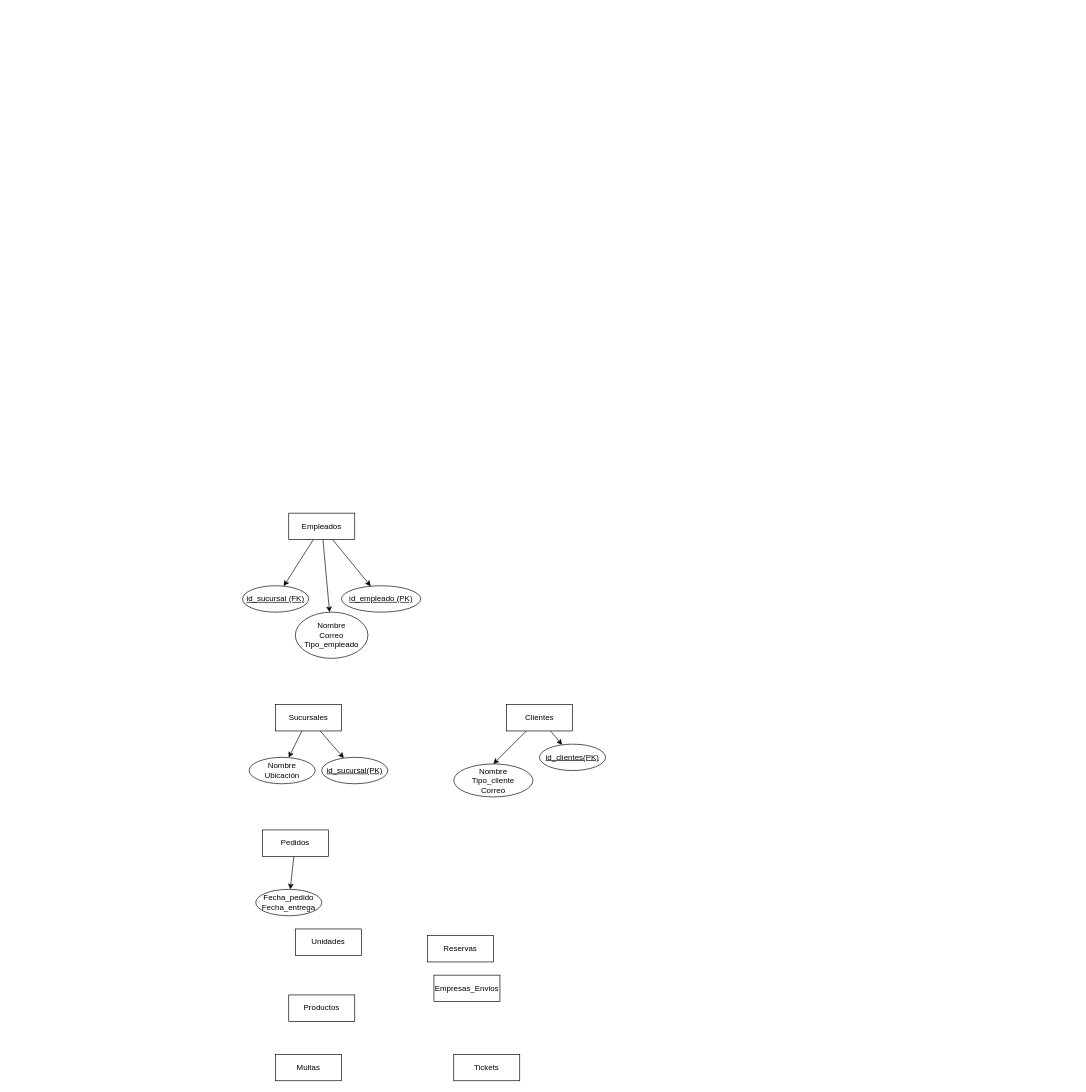
Earlier version of the draw.io diagram Diagrama sin título.drawio (ValentinaLoFu/Projects-thePower). Source tidied: cells renumbered, new cells numbered last; positions are measured from the earlier drawing's top-left corner, leaving out a move shared by most shapes. Both pictures are drawn from the tidied source at 66%, with x=0, y=0 at pixel (242, 513).
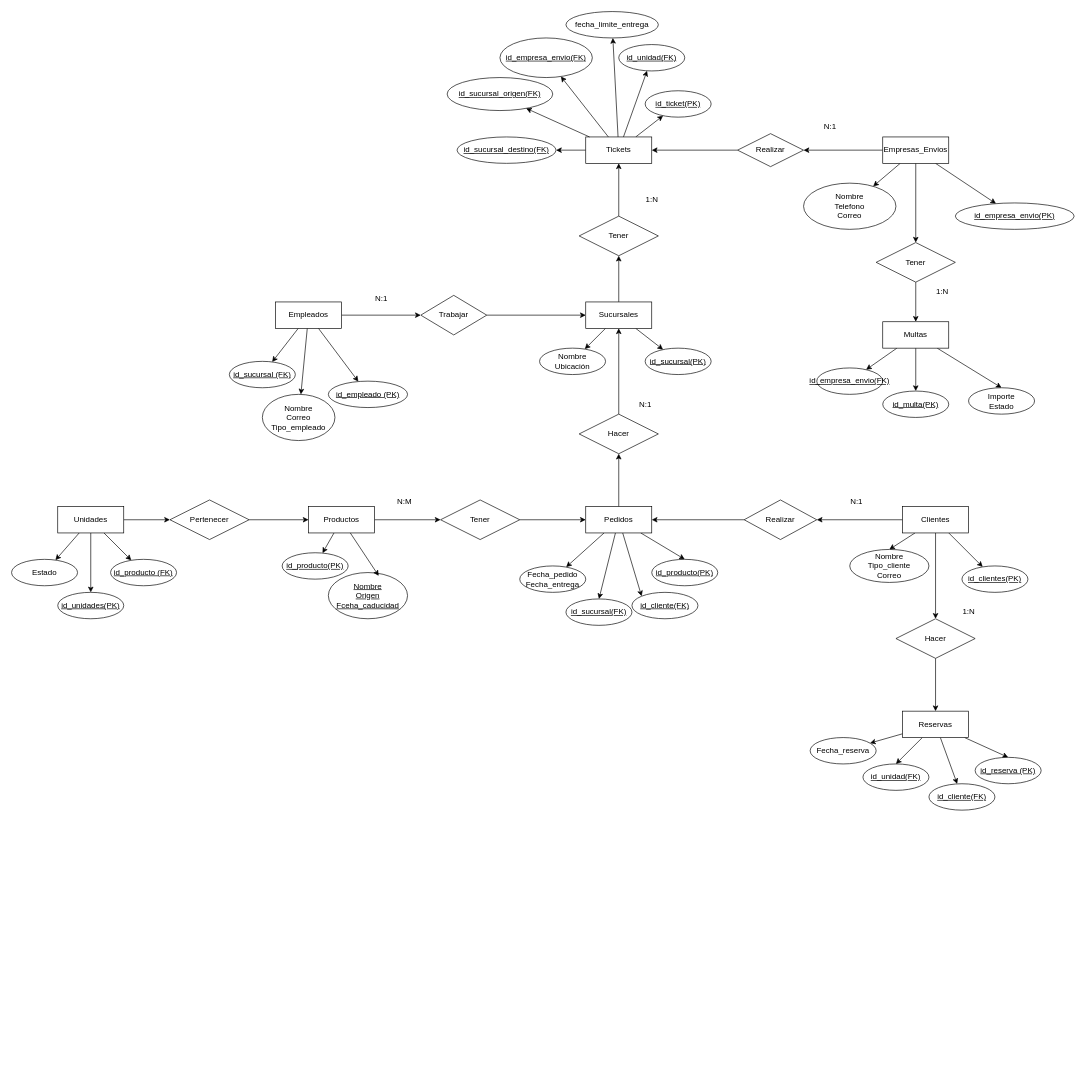
The same page after the edit.

Change to the diagram source:
```diff
@@
+    <mxCell id="28" style="edgeStyle=orthogonalEdgeStyle;rounded=0;jettySize=auto;html=1;entryX=0;entryY=0.5;entryDx=0;entryDy=0;" parent="1" edge="1" source="5" target="62">
+      <mxGeometry relative="1" as="geometry" />
+    </mxCell>
     <mxCell id="5" value="Empleados" style="whiteSpace=wrap;html=1;align=center;" parent="1" vertex="1">
-      <mxGeometry x="70" width="100" height="40" as="geometry" />
+      <mxGeometry x="50" y="-320" width="100" height="40" as="geometry" />
     </mxCell>
@@
+    <mxCell id="29" style="edgeStyle=orthogonalEdgeStyle;rounded=0;jettySize=auto;html=1;" parent="1" edge="1" source="8" target="96">
+      <mxGeometry relative="1" as="geometry" />
+    </mxCell>
     <mxCell id="8" value="Sucursales" style="whiteSpace=wrap;html=1;align=center;" parent="1" vertex="1">
-      <mxGeometry x="50" y="290" width="100" height="40" as="geometry" />
+      <mxGeometry x="520" y="-320" width="100" height="40" as="geometry" />
     </mxCell>
+    <mxCell id="30" style="rounded=0;jettySize=auto;html=1;" parent="1" edge="1" source="9" target="58">
+      <mxGeometry relative="1" as="geometry" />
+    </mxCell>
+    <mxCell id="31" style="rounded=0;jettySize=auto;html=1;" parent="1" edge="1" source="9" target="59">
+      <mxGeometry relative="1" as="geometry" />
+    </mxCell>
+    <mxCell id="32" style="rounded=0;jettySize=auto;html=1;" parent="1" edge="1" source="9" target="60">
+      <mxGeometry relative="1" as="geometry" />
+    </mxCell>
+    <mxCell id="33" style="edgeStyle=orthogonalEdgeStyle;rounded=0;jettySize=auto;html=1;" parent="1" edge="1" source="9" target="77">
+      <mxGeometry relative="1" as="geometry" />
+    </mxCell>
     <mxCell id="9" value="Unidades" style="whiteSpace=wrap;html=1;align=center;" parent="1" vertex="1">
-      <mxGeometry x="80" y="630" width="100" height="40" as="geometry" />
+      <mxGeometry x="-280" y="-10" width="100" height="40" as="geometry" />
     </mxCell>
+    <mxCell id="34" style="rounded=0;jettySize=auto;html=1;" parent="1" edge="1" source="10" target="70">
+      <mxGeometry relative="1" as="geometry" />
+    </mxCell>
+    <mxCell id="35" style="edgeStyle=orthogonalEdgeStyle;rounded=0;jettySize=auto;html=1;" parent="1" edge="1" source="10" target="74">
+      <mxGeometry relative="1" as="geometry" />
+    </mxCell>
     <mxCell id="10" value="Productos" style="whiteSpace=wrap;html=1;align=center;" parent="1" vertex="1">
-      <mxGeometry x="70" y="730" width="100" height="40" as="geometry" />
+      <mxGeometry x="100" y="-10" width="100" height="40" as="geometry" />
     </mxCell>
@@
+    <mxCell id="36" style="rounded=0;jettySize=auto;html=1;entryX=0.5;entryY=0;entryDx=0;entryDy=0;" parent="1" edge="1" source="12" target="64">
+      <mxGeometry relative="1" as="geometry" />
+    </mxCell>
+    <mxCell id="37" style="rounded=0;jettySize=auto;html=1;entryX=0;entryY=0;entryDx=0;entryDy=0;" parent="1" edge="1" source="12" target="65">
+      <mxGeometry relative="1" as="geometry" />
+    </mxCell>
+    <mxCell id="38" style="rounded=0;jettySize=auto;html=1;entryX=0.5;entryY=0;entryDx=0;entryDy=0;" parent="1" edge="1" source="12" target="66">
+      <mxGeometry relative="1" as="geometry" />
+    </mxCell>
+    <mxCell id="39" style="edgeStyle=orthogonalEdgeStyle;rounded=0;jettySize=auto;html=1;" parent="1" edge="1" source="12" target="68">
+      <mxGeometry relative="1" as="geometry" />
+    </mxCell>
     <mxCell id="12" value="Pedidos" style="whiteSpace=wrap;html=1;align=center;" parent="1" vertex="1">
-      <mxGeometry x="30" y="480" width="100" height="40" as="geometry" />
+      <mxGeometry x="520" y="-10" width="100" height="40" as="geometry" />
     </mxCell>
+    <mxCell id="40" style="rounded=0;jettySize=auto;html=1;entryX=0.5;entryY=0;entryDx=0;entryDy=0;" parent="1" edge="1" source="13" target="83">
+      <mxGeometry relative="1" as="geometry" />
+    </mxCell>
+    <mxCell id="41" style="rounded=0;jettySize=auto;html=1;" parent="1" edge="1" source="13" target="82">
+      <mxGeometry relative="1" as="geometry" />
+    </mxCell>
+    <mxCell id="42" style="rounded=0;jettySize=auto;html=1;entryX=0.5;entryY=0;entryDx=0;entryDy=0;" parent="1" edge="1" source="13" target="81">
+      <mxGeometry relative="1" as="geometry" />
+    </mxCell>
+    <mxCell id="43" style="rounded=0;jettySize=auto;html=1;" parent="1" edge="1" source="13" target="84">
+      <mxGeometry relative="1" as="geometry" />
+    </mxCell>
     <mxCell id="13" value="Reservas" style="whiteSpace=wrap;html=1;align=center;" parent="1" vertex="1">
-      <mxGeometry x="280" y="640" width="100" height="40" as="geometry" />
+      <mxGeometry x="1000" y="300" width="100" height="40" as="geometry" />
     </mxCell>
@@
+    <mxCell id="44" style="rounded=0;jettySize=auto;html=1;" parent="1" edge="1" source="16" target="79">
+      <mxGeometry relative="1" as="geometry" />
+    </mxCell>
+    <mxCell id="45" style="rounded=0;jettySize=auto;html=1;" parent="1" edge="1" source="16" target="86">
+      <mxGeometry relative="1" as="geometry" />
+    </mxCell>
     <mxCell id="16" value="Clientes" style="whiteSpace=wrap;html=1;align=center;" parent="1" vertex="1">
-      <mxGeometry x="400" y="290" width="100" height="40" as="geometry" />
+      <mxGeometry x="1000" y="-10" width="100" height="40" as="geometry" />
     </mxCell>
+    <mxCell id="46" style="rounded=0;jettySize=auto;html=1;" parent="1" edge="1" source="17" target="104">
+      <mxGeometry relative="1" as="geometry" />
+    </mxCell>
+    <mxCell id="47" style="rounded=0;jettySize=auto;html=1;entryX=0.5;entryY=0;entryDx=0;entryDy=0;" parent="1" edge="1" source="17" target="103">
+      <mxGeometry relative="1" as="geometry" />
+    </mxCell>
+    <mxCell id="48" style="rounded=0;jettySize=auto;html=1;entryX=0.5;entryY=0;entryDx=0;entryDy=0;" parent="1" edge="1" source="17" target="105">
+      <mxGeometry relative="1" as="geometry" />
+    </mxCell>
     <mxCell id="17" value="Multas" style="whiteSpace=wrap;html=1;align=center;" parent="1" vertex="1">
-      <mxGeometry x="50" y="820" width="100" height="40" as="geometry" />
+      <mxGeometry x="970" y="-290" width="100" height="40" as="geometry" />
     </mxCell>
+    <mxCell id="49" style="rounded=0;jettySize=auto;html=1;entryX=1;entryY=0.5;entryDx=0;entryDy=0;" parent="1" edge="1" source="18" target="99">
+      <mxGeometry relative="1" as="geometry" />
+    </mxCell>
+    <mxCell id="50" style="rounded=0;jettySize=auto;html=1;" parent="1" edge="1" source="18" target="101">
+      <mxGeometry relative="1" as="geometry" />
+    </mxCell>
+    <mxCell id="51" style="rounded=0;jettySize=auto;html=1;" parent="1" edge="1" source="18" target="102">
+      <mxGeometry relative="1" as="geometry" />
+    </mxCell>
+    <mxCell id="52" style="edgeStyle=orthogonalEdgeStyle;rounded=0;jettySize=auto;html=1;" parent="1" edge="1" source="18" target="107">
+      <mxGeometry relative="1" as="geometry" />
+    </mxCell>
     <mxCell id="18" value="Empresas_Envios" style="whiteSpace=wrap;html=1;align=center;" parent="1" vertex="1">
-      <mxGeometry x="290" y="700" width="100" height="40" as="geometry" />
+      <mxGeometry x="970" y="-570" width="100" height="40" as="geometry" />
     </mxCell>
+    <mxCell id="53" style="rounded=0;jettySize=auto;html=1;" parent="1" edge="1" source="19" target="91">
+      <mxGeometry relative="1" as="geometry" />
+    </mxCell>
+    <mxCell id="54" style="rounded=0;jettySize=auto;html=1;" parent="1" edge="1" source="19" target="88">
+      <mxGeometry relative="1" as="geometry" />
+    </mxCell>
+    <mxCell id="55" style="rounded=0;jettySize=auto;html=1;" parent="1" edge="1" source="19" target="89">
+      <mxGeometry relative="1" as="geometry" />
+    </mxCell>
+    <mxCell id="56" style="rounded=0;jettySize=auto;html=1;" parent="1" edge="1" source="19" target="93">
+      <mxGeometry relative="1" as="geometry" />
+    </mxCell>
+    <mxCell id="57" style="rounded=0;jettySize=auto;html=1;" parent="1" edge="1" source="19" target="92">
+      <mxGeometry relative="1" as="geometry" />
+    </mxCell>
     <mxCell id="19" value="Tickets" style="whiteSpace=wrap;html=1;align=center;" parent="1" vertex="1">
-      <mxGeometry x="320" y="820" width="100" height="40" as="geometry" />
+      <mxGeometry x="520" y="-570" width="100" height="40" as="geometry" />
     </mxCell>
     <mxCell id="20" value="Nombre&lt;div&gt;Correo&lt;/div&gt;&lt;div&gt;Tipo_empleado&lt;/div&gt;" style="ellipse;whiteSpace=wrap;html=1;align=center;" parent="1" vertex="1">
-      <mxGeometry x="80" y="150" width="110" height="70" as="geometry" />
+      <mxGeometry x="30" y="-180" width="110" height="70" as="geometry" />
     </mxCell>
     <mxCell id="21" value="id_empleado (PK)" style="ellipse;whiteSpace=wrap;html=1;align=center;fontStyle=4;" parent="1" vertex="1">
-      <mxGeometry x="150" y="110" width="120" height="40" as="geometry" />
+      <mxGeometry x="130" y="-200" width="120" height="40" as="geometry" />
     </mxCell>
     <mxCell id="22" value="id_sucursal (FK)" style="ellipse;whiteSpace=wrap;html=1;align=center;fontStyle=4;" parent="1" vertex="1">
-      <mxGeometry y="110" width="100" height="40" as="geometry" />
+      <mxGeometry x="-20" y="-230" width="100" height="40" as="geometry" />
     </mxCell>
     <mxCell id="23" value="Nombre&lt;div&gt;Ubicación&lt;/div&gt;" style="ellipse;whiteSpace=wrap;html=1;align=center;" parent="1" vertex="1">
-      <mxGeometry x="10" y="370" width="100" height="40" as="geometry" />
+      <mxGeometry x="450" y="-250" width="100" height="40" as="geometry" />
     </mxCell>
     <mxCell id="24" value="id_sucursal(PK)" style="ellipse;whiteSpace=wrap;html=1;align=center;fontStyle=4;" parent="1" vertex="1">
-      <mxGeometry x="120" y="370" width="100" height="40" as="geometry" />
+      <mxGeometry x="610" y="-250" width="100" height="40" as="geometry" />
     </mxCell>
     <mxCell id="25" value="Nombre&lt;div&gt;Tipo_cliente&lt;/div&gt;&lt;div&gt;Correo&lt;/div&gt;" style="ellipse;whiteSpace=wrap;html=1;align=center;" parent="1" vertex="1">
-      <mxGeometry x="320" y="380" width="120" height="50" as="geometry" />
+      <mxGeometry x="920" y="55" width="120" height="50" as="geometry" />
     </mxCell>
     <mxCell id="26" value="id_clientes(PK)" style="ellipse;whiteSpace=wrap;html=1;align=center;fontStyle=4;" parent="1" vertex="1">
-      <mxGeometry x="450" y="350" width="100" height="40" as="geometry" />
+      <mxGeometry x="1090" y="80" width="100" height="40" as="geometry" />
     </mxCell>
     <mxCell id="27" value="Fecha_pedido&lt;div&gt;Fecha_entrega&lt;/div&gt;" style="ellipse;whiteSpace=wrap;html=1;align=center;" parent="1" vertex="1">
-      <mxGeometry x="20" y="570" width="100" height="40" as="geometry" />
+      <mxGeometry x="420" y="80" width="100" height="40" as="geometry" />
     </mxCell>
+    <mxCell id="58" value="Estado" style="ellipse;whiteSpace=wrap;html=1;align=center;" parent="1" vertex="1">
+      <mxGeometry x="-350" y="70" width="100" height="40" as="geometry" />
+    </mxCell>
+    <mxCell id="59" value="id_unidades(PK)" style="ellipse;whiteSpace=wrap;html=1;align=center;fontStyle=4;" parent="1" vertex="1">
+      <mxGeometry x="-280" y="120" width="100" height="40" as="geometry" />
+    </mxCell>
+    <mxCell id="60" value="id_producto (FK)" style="ellipse;whiteSpace=wrap;html=1;align=center;fontStyle=4;" parent="1" vertex="1">
+      <mxGeometry x="-200" y="70" width="100" height="40" as="geometry" />
+    </mxCell>
+    <mxCell id="61" style="edgeStyle=orthogonalEdgeStyle;rounded=0;jettySize=auto;html=1;" parent="1" edge="1" source="62" target="8">
+      <mxGeometry relative="1" as="geometry" />
+    </mxCell>
+    <mxCell id="62" value="Trabajar" style="shape=rhombus;perimeter=rhombusPerimeter;whiteSpace=wrap;html=1;align=center;" parent="1" vertex="1">
+      <mxGeometry x="270" y="-330" width="100" height="60" as="geometry" />
+    </mxCell>
+    <mxCell id="63" value="N:1" style="text;html=1;align=center;verticalAlign=middle;strokeColor=none;fillColor=none;" parent="1" vertex="1">
+      <mxGeometry x="190" y="-340" width="40" height="30" as="geometry" />
+    </mxCell>
+    <mxCell id="64" value="id_producto(PK)" style="ellipse;whiteSpace=wrap;html=1;align=center;fontStyle=4;" parent="1" vertex="1">
+      <mxGeometry x="620" y="70" width="100" height="40" as="geometry" />
+    </mxCell>
+    <mxCell id="65" value="id_cliente(FK)" style="ellipse;whiteSpace=wrap;html=1;align=center;fontStyle=4;" parent="1" vertex="1">
+      <mxGeometry x="590" y="120" width="100" height="40" as="geometry" />
+    </mxCell>
+    <mxCell id="66" value="id_sucursal(FK)" style="ellipse;whiteSpace=wrap;html=1;align=center;fontStyle=4;" parent="1" vertex="1">
+      <mxGeometry x="490" y="130" width="100" height="40" as="geometry" />
+    </mxCell>
+    <mxCell id="67" style="edgeStyle=orthogonalEdgeStyle;rounded=0;jettySize=auto;html=1;entryX=0.5;entryY=1;entryDx=0;entryDy=0;" parent="1" edge="1" source="68" target="8">
+      <mxGeometry relative="1" as="geometry" />
+    </mxCell>
+    <mxCell id="68" value="Hacer" style="shape=rhombus;perimeter=rhombusPerimeter;whiteSpace=wrap;html=1;align=center;" parent="1" vertex="1">
+      <mxGeometry x="510" y="-150" width="120" height="60" as="geometry" />
+    </mxCell>
+    <mxCell id="69" value="N:1" style="text;html=1;align=center;verticalAlign=middle;strokeColor=none;fillColor=none;" parent="1" vertex="1">
+      <mxGeometry x="590" y="-180" width="40" height="30" as="geometry" />
+    </mxCell>
+    <mxCell id="70" value="id_producto(PK)" style="ellipse;whiteSpace=wrap;html=1;align=center;fontStyle=4;" parent="1" vertex="1">
+      <mxGeometry x="60" y="60" width="100" height="40" as="geometry" />
+    </mxCell>
+    <mxCell id="71" value="Nombre&lt;div&gt;Origen&lt;/div&gt;&lt;div&gt;Fceha_caducidad&lt;/div&gt;" style="ellipse;whiteSpace=wrap;html=1;align=center;fontStyle=4;" parent="1" vertex="1">
+      <mxGeometry x="130" y="90" width="120" height="70" as="geometry" />
+    </mxCell>
+    <mxCell id="72" style="rounded=0;jettySize=auto;html=1;entryX=0.636;entryY=0.071;entryDx=0;entryDy=0;entryPerimeter=0;" parent="1" edge="1" source="10" target="71">
+      <mxGeometry relative="1" as="geometry" />
+    </mxCell>
+    <mxCell id="73" style="rounded=0;jettySize=auto;html=1;" parent="1" edge="1" source="74" target="12">
+      <mxGeometry relative="1" as="geometry" />
+    </mxCell>
+    <mxCell id="74" value="Tener" style="shape=rhombus;perimeter=rhombusPerimeter;whiteSpace=wrap;html=1;align=center;" parent="1" vertex="1">
+      <mxGeometry x="300" y="-20" width="120" height="60" as="geometry" />
+    </mxCell>
+    <mxCell id="75" value="N:M" style="text;html=1;align=center;verticalAlign=middle;strokeColor=none;fillColor=none;" parent="1" vertex="1">
+      <mxGeometry x="220" y="-32" width="50" height="30" as="geometry" />
+    </mxCell>
+    <mxCell id="76" style="edgeStyle=orthogonalEdgeStyle;rounded=0;jettySize=auto;html=1;" parent="1" edge="1" source="77" target="10">
+      <mxGeometry relative="1" as="geometry" />
+    </mxCell>
+    <mxCell id="77" value="Pertenecer" style="shape=rhombus;perimeter=rhombusPerimeter;whiteSpace=wrap;html=1;align=center;" parent="1" vertex="1">
+      <mxGeometry x="-110" y="-20" width="120" height="60" as="geometry" />
+    </mxCell>
+    <mxCell id="78" style="edgeStyle=orthogonalEdgeStyle;rounded=0;jettySize=auto;html=1;entryX=1;entryY=0.5;entryDx=0;entryDy=0;" parent="1" edge="1" source="79" target="12">
+      <mxGeometry relative="1" as="geometry" />
+    </mxCell>
+    <mxCell id="79" value="Realizar" style="shape=rhombus;perimeter=rhombusPerimeter;whiteSpace=wrap;html=1;align=center;" parent="1" vertex="1">
+      <mxGeometry x="760" y="-20" width="110" height="60" as="geometry" />
+    </mxCell>
+    <mxCell id="80" value="N:1" style="text;html=1;align=center;verticalAlign=middle;strokeColor=none;fillColor=none;" parent="1" vertex="1">
+      <mxGeometry x="910" y="-32" width="40" height="30" as="geometry" />
+    </mxCell>
+    <mxCell id="81" value="id_reserva (PK)" style="ellipse;whiteSpace=wrap;html=1;align=center;fontStyle=4;" parent="1" vertex="1">
+      <mxGeometry x="1110" y="370" width="100" height="40" as="geometry" />
+    </mxCell>
+    <mxCell id="82" value="id_cliente(FK)" style="ellipse;whiteSpace=wrap;html=1;align=center;fontStyle=4;" parent="1" vertex="1">
+      <mxGeometry x="1040" y="410" width="100" height="40" as="geometry" />
+    </mxCell>
+    <mxCell id="83" value="id_unidad(FK)" style="ellipse;whiteSpace=wrap;html=1;align=center;fontStyle=4;" parent="1" vertex="1">
+      <mxGeometry x="940" y="380" width="100" height="40" as="geometry" />
+    </mxCell>
+    <mxCell id="84" value="Fecha_reserva" style="ellipse;whiteSpace=wrap;html=1;align=center;" parent="1" vertex="1">
+      <mxGeometry x="860" y="340" width="100" height="40" as="geometry" />
+    </mxCell>
+    <mxCell id="85" style="rounded=0;jettySize=auto;html=1;" parent="1" edge="1" source="86" target="13">
+      <mxGeometry relative="1" as="geometry" />
+    </mxCell>
+    <mxCell id="86" value="Hacer" style="shape=rhombus;perimeter=rhombusPerimeter;whiteSpace=wrap;html=1;align=center;" parent="1" vertex="1">
+      <mxGeometry x="990" y="160" width="120" height="60" as="geometry" />
+    </mxCell>
+    <mxCell id="87" value="1:N" style="text;html=1;align=center;verticalAlign=middle;strokeColor=none;fillColor=none;" parent="1" vertex="1">
+      <mxGeometry x="1080" y="135" width="40" height="30" as="geometry" />
+    </mxCell>
+    <mxCell id="88" value="id_ticket(PK)" style="ellipse;whiteSpace=wrap;html=1;align=center;fontStyle=4;" parent="1" vertex="1">
+      <mxGeometry x="610" y="-640" width="100" height="40" as="geometry" />
+    </mxCell>
+    <mxCell id="89" value="id_empresa_envio(FK)" style="ellipse;whiteSpace=wrap;html=1;align=center;fontStyle=4;" parent="1" vertex="1">
+      <mxGeometry x="390" y="-720" width="140" height="60" as="geometry" />
+    </mxCell>
+    <mxCell id="90" value="id_sucursal_origen(FK)" style="ellipse;whiteSpace=wrap;html=1;align=center;fontStyle=4;" parent="1" vertex="1">
+      <mxGeometry x="310" y="-660" width="160" height="50" as="geometry" />
+    </mxCell>
+    <mxCell id="91" value="id_sucursal_destino(FK)" style="ellipse;whiteSpace=wrap;html=1;align=center;fontStyle=4;" parent="1" vertex="1">
+      <mxGeometry x="325" y="-570" width="150" height="40" as="geometry" />
+    </mxCell>
+    <mxCell id="92" value="id_unidad(FK)" style="ellipse;whiteSpace=wrap;html=1;align=center;fontStyle=4;" parent="1" vertex="1">
+      <mxGeometry x="570" y="-710" width="100" height="40" as="geometry" />
+    </mxCell>
+    <mxCell id="93" value="fecha_limite_entrega" style="ellipse;whiteSpace=wrap;html=1;align=center;" parent="1" vertex="1">
+      <mxGeometry x="490" y="-760" width="140" height="40" as="geometry" />
+    </mxCell>
+    <mxCell id="94" style="rounded=0;jettySize=auto;html=1;entryX=0.748;entryY=0.933;entryDx=0;entryDy=0;entryPerimeter=0;" parent="1" edge="1" source="19" target="90">
+      <mxGeometry relative="1" as="geometry" />
+    </mxCell>
+    <mxCell id="95" style="edgeStyle=orthogonalEdgeStyle;rounded=0;jettySize=auto;html=1;" parent="1" edge="1" source="96" target="19">
+      <mxGeometry relative="1" as="geometry" />
+    </mxCell>
+    <mxCell id="96" value="Tener" style="shape=rhombus;perimeter=rhombusPerimeter;whiteSpace=wrap;html=1;align=center;" parent="1" vertex="1">
+      <mxGeometry x="510" y="-450" width="120" height="60" as="geometry" />
+    </mxCell>
+    <mxCell id="97" value="1:N" style="text;html=1;align=center;verticalAlign=middle;strokeColor=none;fillColor=none;" parent="1" vertex="1">
+      <mxGeometry x="600" y="-490" width="40" height="30" as="geometry" />
+    </mxCell>
+    <mxCell id="98" style="rounded=0;jettySize=auto;html=1;entryX=1;entryY=0.5;entryDx=0;entryDy=0;" parent="1" edge="1" source="99" target="19">
+      <mxGeometry relative="1" as="geometry" />
+    </mxCell>
+    <mxCell id="99" value="Realizar" style="shape=rhombus;perimeter=rhombusPerimeter;whiteSpace=wrap;html=1;align=center;" parent="1" vertex="1">
+      <mxGeometry x="750" y="-575" width="100" height="50" as="geometry" />
+    </mxCell>
+    <mxCell id="100" value="N:1" style="text;html=1;align=center;verticalAlign=middle;strokeColor=none;fillColor=none;" parent="1" vertex="1">
+      <mxGeometry x="870" y="-600" width="40" height="30" as="geometry" />
+    </mxCell>
+    <mxCell id="101" value="id_empresa_envio(PK)" style="ellipse;whiteSpace=wrap;html=1;align=center;fontStyle=4;" parent="1" vertex="1">
+      <mxGeometry x="1080" y="-470" width="180" height="40" as="geometry" />
+    </mxCell>
+    <mxCell id="102" value="Nombre&lt;div&gt;Telefono&lt;/div&gt;&lt;div&gt;Correo&lt;/div&gt;" style="ellipse;whiteSpace=wrap;html=1;align=center;" parent="1" vertex="1">
+      <mxGeometry x="850" y="-500" width="140" height="70" as="geometry" />
+    </mxCell>
+    <mxCell id="103" value="id_multa(PK)" style="ellipse;whiteSpace=wrap;html=1;align=center;fontStyle=4;" parent="1" vertex="1">
+      <mxGeometry x="970" y="-185" width="100" height="40" as="geometry" />
+    </mxCell>
+    <mxCell id="104" value="id_empresa_envio(FK)" style="ellipse;whiteSpace=wrap;html=1;align=center;fontStyle=4;" parent="1" vertex="1">
+      <mxGeometry x="870" y="-220" width="100" height="40" as="geometry" />
+    </mxCell>
+    <mxCell id="105" value="Importe&lt;div&gt;Estado&lt;/div&gt;" style="ellipse;whiteSpace=wrap;html=1;align=center;" parent="1" vertex="1">
+      <mxGeometry x="1100" y="-190" width="100" height="40" as="geometry" />
+    </mxCell>
+    <mxCell id="106" style="edgeStyle=orthogonalEdgeStyle;rounded=0;jettySize=auto;html=1;" parent="1" edge="1" source="107" target="17">
+      <mxGeometry relative="1" as="geometry" />
+    </mxCell>
+    <mxCell id="107" value="Tener" style="shape=rhombus;perimeter=rhombusPerimeter;whiteSpace=wrap;html=1;align=center;" parent="1" vertex="1">
+      <mxGeometry x="960" y="-410" width="120" height="60" as="geometry" />
+    </mxCell>
+    <mxCell id="108" value="1:N" style="text;html=1;align=center;verticalAlign=middle;strokeColor=none;fillColor=none;" parent="1" vertex="1">
+      <mxGeometry x="1040" y="-350" width="40" height="30" as="geometry" />
+    </mxCell>
```
